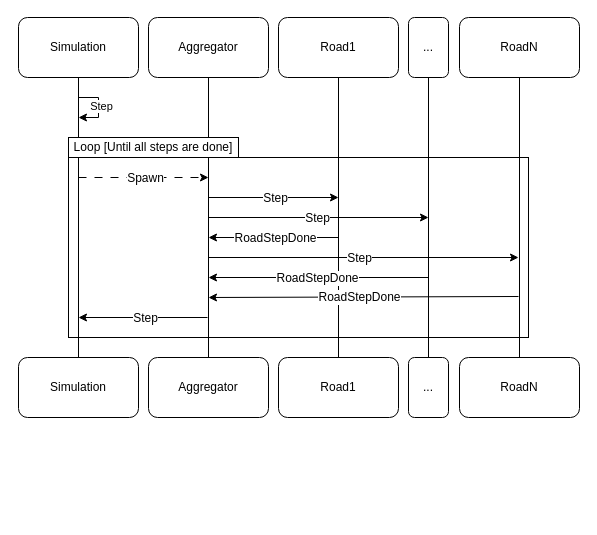
The draw.io diagram page "SeqDiagram2" (5 of 9) of pt1/docs/PCD_ASS03_P1.drawio in zucchero-sintattico/PCD-ASS03-23-24, before the edit. Source tidied: cells renumbered, new cells numbered last; positions are measured from the earlier drawing's top-left corner, leaving out a move shared by most shapes. Both pictures are drawn from the tidied source at 100%, with x=0, y=0 at pixel (18, 17).
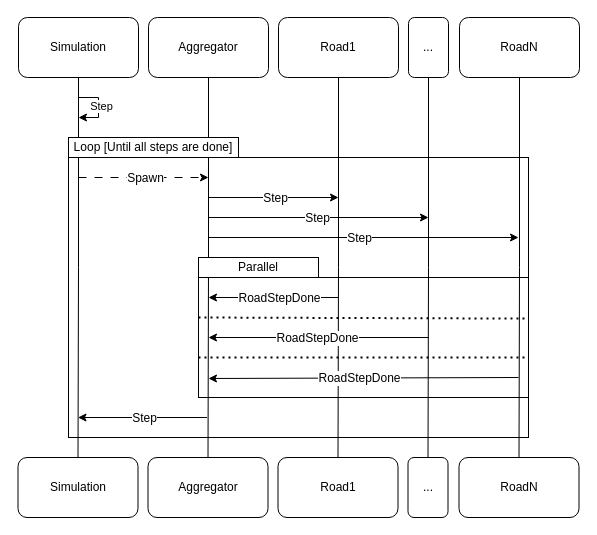
After the change.

The edit, as a diff of the source:
```diff
@@
+    <mxCell id="8" style="rounded=0;whiteSpace=wrap;html=1;fillColor=none;" parent="1" vertex="1">
+      <mxGeometry x="50" y="140" width="460" height="280" as="geometry" />
+    </mxCell>
+    <mxCell id="37" style="rounded=0;whiteSpace=wrap;html=1;fillColor=none;" parent="1" vertex="1">
+      <mxGeometry x="180" y="260" width="330" height="120" as="geometry" />
+    </mxCell>
@@
     <mxCell id="6" value="Simulation" style="rounded=1;whiteSpace=wrap;html=1;" parent="1" vertex="1">
-      <mxGeometry y="340" width="120" height="60" as="geometry" />
+      <mxGeometry x="-0.5" y="440" width="120" height="60" as="geometry" />
     </mxCell>
     <mxCell id="7" value="Aggregator" style="rounded=1;whiteSpace=wrap;html=1;" parent="1" vertex="1">
-      <mxGeometry x="130" y="340" width="120" height="60" as="geometry" />
+      <mxGeometry x="129.5" y="440" width="120" height="60" as="geometry" />
     </mxCell>
-    <mxCell id="8" style="rounded=0;whiteSpace=wrap;html=1;fillColor=none;" parent="1" vertex="1">
-      <mxGeometry x="50" y="140" width="460" height="180" as="geometry" />
-    </mxCell>
@@
     <mxCell id="14" value="Road1" style="rounded=1;whiteSpace=wrap;html=1;" parent="1" vertex="1">
-      <mxGeometry x="260" y="340" width="120" height="60" as="geometry" />
+      <mxGeometry x="259.5" y="440" width="120" height="60" as="geometry" />
     </mxCell>
@@
     <mxCell id="17" value="..." style="rounded=1;whiteSpace=wrap;html=1;" parent="1" vertex="1">
-      <mxGeometry x="390" y="340" width="40" height="60" as="geometry" />
+      <mxGeometry x="389.5" y="440" width="40" height="60" as="geometry" />
     </mxCell>
@@
     <mxCell id="20" value="RoadN" style="rounded=1;whiteSpace=wrap;html=1;" parent="1" vertex="1">
-      <mxGeometry x="441" y="340" width="120" height="60" as="geometry" />
+      <mxGeometry x="440.5" y="440" width="120" height="60" as="geometry" />
     </mxCell>
@@
     <mxCell id="27" style="endArrow=none;html=1;rounded=0;endFill=0;startArrow=classic;startFill=1;" parent="1" edge="1">
       <mxGeometry relative="1" as="geometry">
-        <mxPoint x="190" y="220" as="sourcePoint" />
-        <mxPoint x="320" y="220" as="targetPoint" />
+        <mxPoint x="190" y="280" as="sourcePoint" />
+        <mxPoint x="320" y="280" as="targetPoint" />
       </mxGeometry>
     </mxCell>
     <mxCell id="28" value="RoadStepDone" style="edgeLabel;html=1;align=center;verticalAlign=middle;fontSize=12;" parent="27" vertex="1">
       <mxGeometry x="-0.07" y="-3" relative="1" as="geometry">
-        <mxPoint x="6" y="-3" as="offset" />
+        <mxPoint x="10" y="-3" as="offset" />
       </mxGeometry>
     </mxCell>
     <mxCell id="29" style="endArrow=none;html=1;rounded=0;startArrow=classic;startFill=1;endFill=0;" parent="1" edge="1">
       <mxGeometry relative="1" as="geometry">
-        <mxPoint x="190" y="280" as="sourcePoint" />
-        <mxPoint x="500" y="279" as="targetPoint" />
+        <mxPoint x="190" y="361" as="sourcePoint" />
+        <mxPoint x="500" y="360" as="targetPoint" />
       </mxGeometry>
     </mxCell>
@@
     <mxCell id="31" style="endArrow=none;html=1;rounded=0;endFill=0;startArrow=classic;startFill=1;" parent="1" edge="1">
       <mxGeometry relative="1" as="geometry">
-        <mxPoint x="60" y="300" as="sourcePoint" />
-        <mxPoint x="189" y="300" as="targetPoint" />
+        <mxPoint x="59.5" y="400" as="sourcePoint" />
+        <mxPoint x="188.5" y="400" as="targetPoint" />
       </mxGeometry>
     </mxCell>
@@
     <mxCell id="33" style="endArrow=classic;html=1;rounded=0;" parent="1" edge="1">
       <mxGeometry relative="1" as="geometry">
-        <mxPoint x="190" y="240" as="sourcePoint" />
-        <mxPoint x="500" y="240" as="targetPoint" />
+        <mxPoint x="190" y="220" as="sourcePoint" />
+        <mxPoint x="500" y="220" as="targetPoint" />
       </mxGeometry>
     </mxCell>
@@
     <mxCell id="35" style="endArrow=none;html=1;rounded=0;endFill=0;startArrow=classic;startFill=1;" parent="1" edge="1">
       <mxGeometry relative="1" as="geometry">
-        <mxPoint x="190" y="260" as="sourcePoint" />
-        <mxPoint x="410" y="260" as="targetPoint" />
+        <mxPoint x="190" y="320" as="sourcePoint" />
+        <mxPoint x="410" y="320" as="targetPoint" />
       </mxGeometry>
     </mxCell>
@@
+    <mxCell id="38" value="Parallel" style="rounded=0;whiteSpace=wrap;html=1;" parent="1" vertex="1">
+      <mxGeometry x="180" y="240" width="120" height="20" as="geometry" />
+    </mxCell>
+    <mxCell id="39" style="endArrow=none;dashed=1;html=1;strokeWidth=2;rounded=0;exitX=-0.002;exitY=0.371;exitDx=0;exitDy=0;exitPerimeter=0;entryX=0.998;entryY=0.381;entryDx=0;entryDy=0;entryPerimeter=0;dashPattern=1 2;" parent="1" edge="1">
+      <mxGeometry relative="1" as="geometry">
+        <mxPoint x="180" y="300" as="sourcePoint" />
+        <mxPoint x="510" y="301.1" as="targetPoint" />
+      </mxGeometry>
+    </mxCell>
+    <mxCell id="40" style="endArrow=none;dashed=1;html=1;strokeWidth=2;rounded=0;exitX=-0.002;exitY=0.371;exitDx=0;exitDy=0;exitPerimeter=0;entryX=0.998;entryY=0.381;entryDx=0;entryDy=0;entryPerimeter=0;dashPattern=1 2;" parent="1" edge="1">
+      <mxGeometry relative="1" as="geometry">
+        <mxPoint x="180" y="340" as="sourcePoint" />
+        <mxPoint x="510" y="340" as="targetPoint" />
+      </mxGeometry>
+    </mxCell>
```
